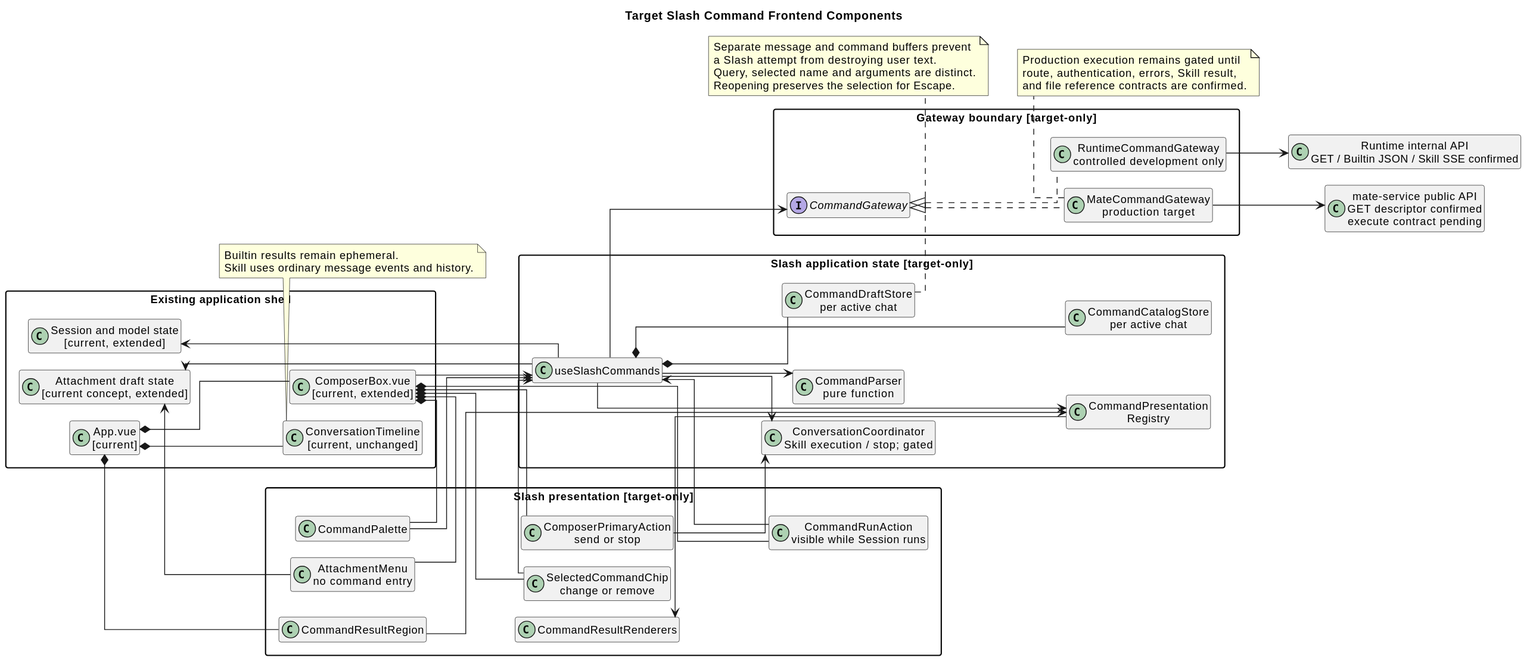
This is 04-命令与技能/00-Slash-Command通用模块/前端设计/target_slash_command_frontend_components.svg from ssm0808/pi-mono-java-design, a PlantUML export, as it was before one commit.
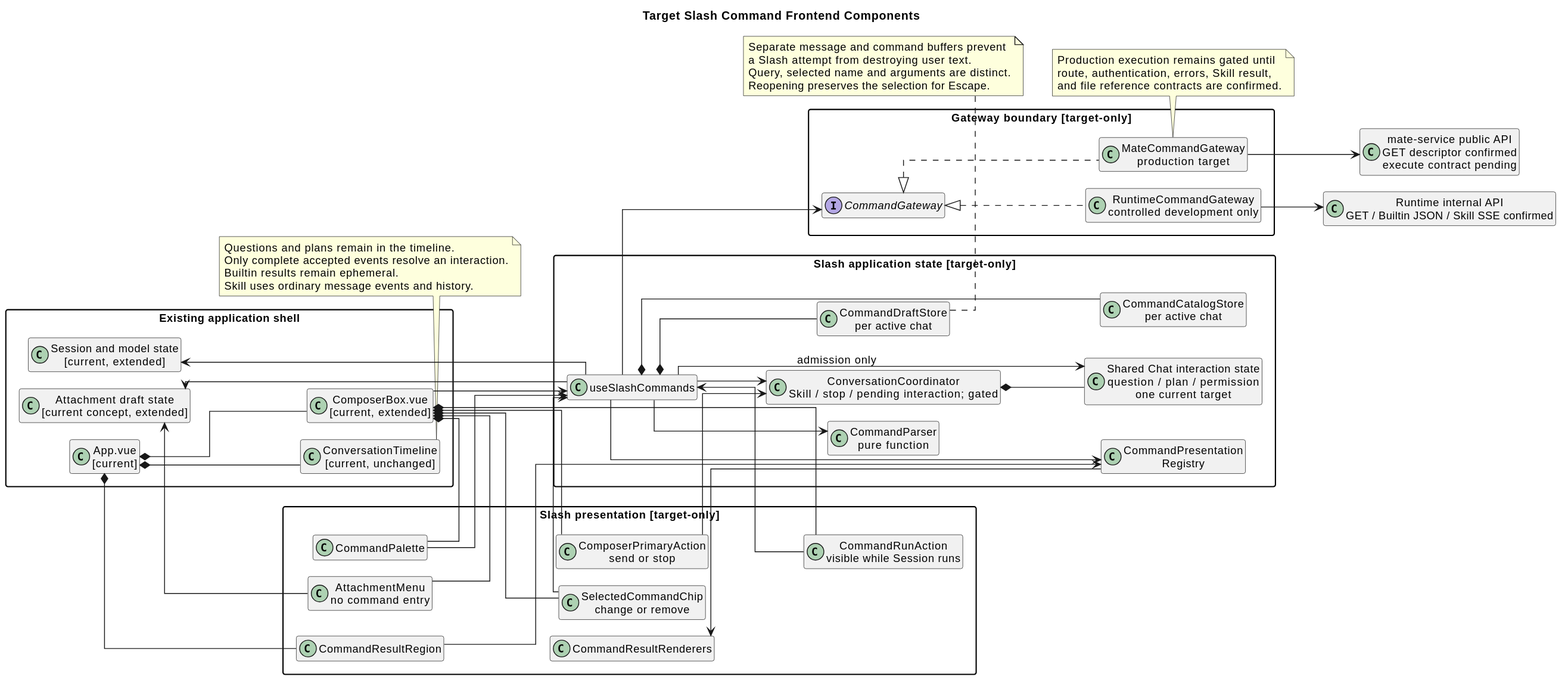
The same diagram one commit later.

Diff of the diagram source:
```diff
@@ -38,7 +38,8 @@
   class "CommandCatalogStore\nper active chat" as CatalogStore
   class "CommandParser\npure function" as Parser
   class "CommandPresentation\nRegistry" as Registry
-  class "ConversationCoordinator\nSkill execution / stop; gated" as Conversation
+  class "ConversationCoordinator\nSkill / stop / pending interaction; gated" as Conversation
+  class "Shared Chat interaction state\nquestion / plan / permission\none current target" as InteractionState
 }
 
 package "Gateway boundary [target-only]" as GatewayPkg {
@@ -71,6 +72,8 @@
 UseSlash --> Registry
 UseSlash --> Gateway
 UseSlash --> Conversation
+UseSlash --> InteractionState : admission only
+Conversation *-- InteractionState
 UseSlash --> SessionState
 UseSlash --> AttachmentState
 Registry --> Renderers
@@ -80,6 +83,8 @@
 RuntimeGateway --> RuntimeApi
 
 note bottom of Timeline
+  Questions and plans remain in the timeline.
+  Only complete accepted events resolve an interaction.
   Builtin results remain ephemeral.
   Skill uses ordinary message events and history.
 end note
```
